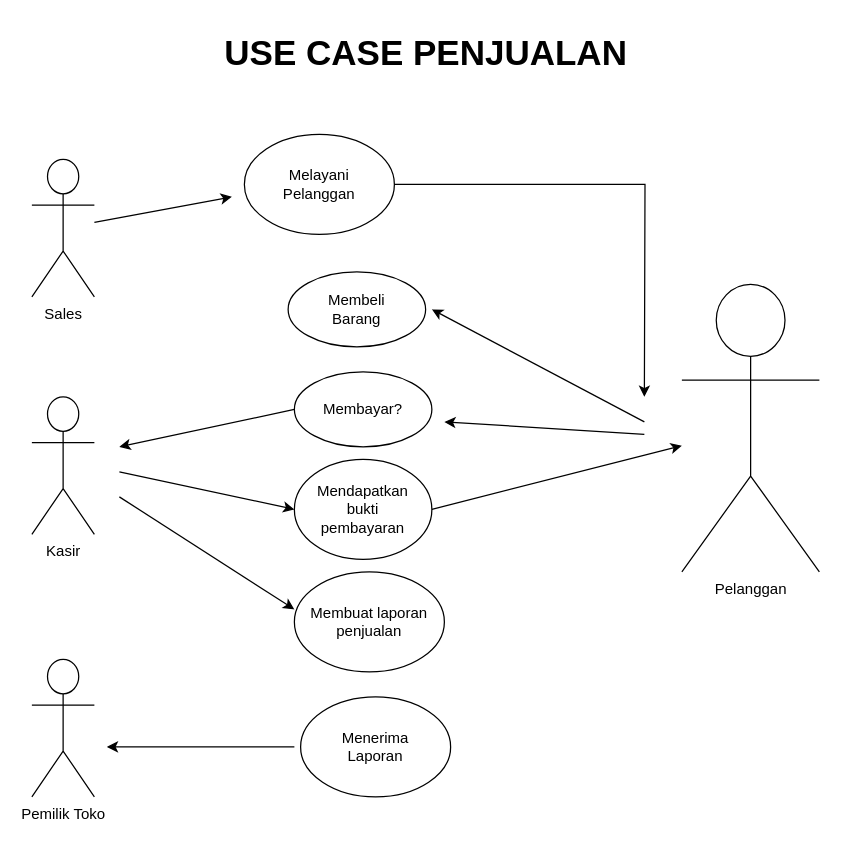
Ardiansyah05/jobsheet1 keeps this draw.io diagram as use-case penjualan online.drawio. Above is the earlier version. Source tidied: cells renumbered, new cells numbered last; positions are measured from the earlier drawing's top-left corner, leaving out a move shared by most shapes. Both pictures are drawn from the tidied source at 125%, with x=0, y=0 at pixel (31, 21).
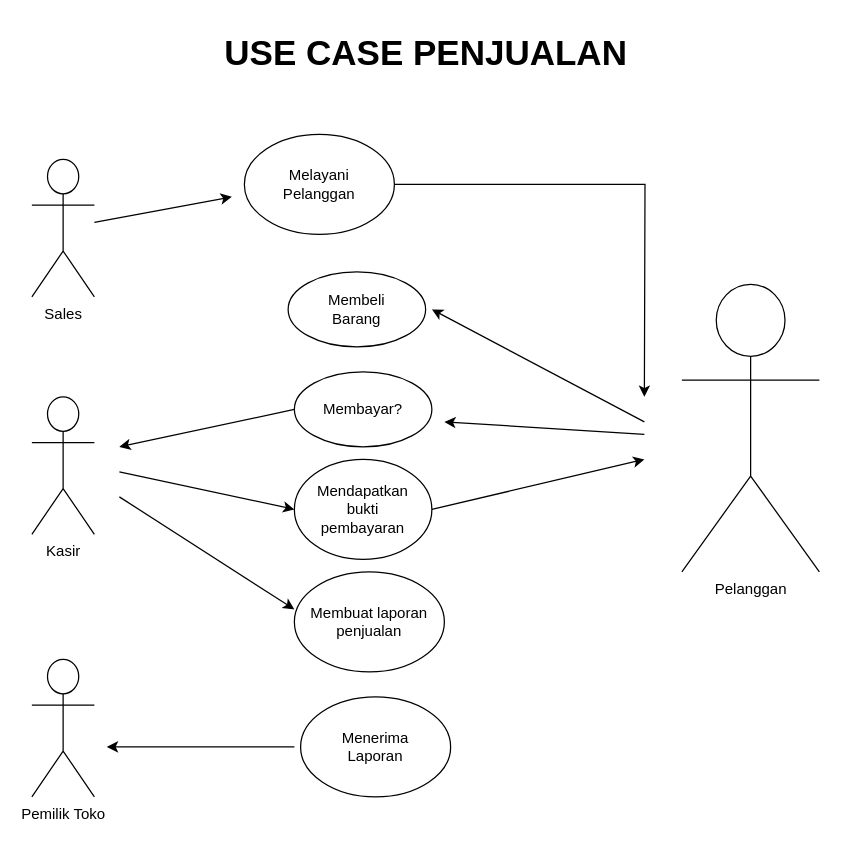
The same page after the edit.

Unchanged cells that the change refers to:
```xml
<mxCell id="8" value="Pelanggan" style="shape=umlActor;verticalLabelPosition=bottom;verticalAlign=top;html=1;outlineConnect=0;" parent="1" vertex="1">
  <mxGeometry x="520" y="210" width="110" height="230" as="geometry" />
</mxCell>
<mxCell id="15" value="Mendapatkan&lt;br&gt;bukti&lt;br&gt;pembayaran" style="ellipse;whiteSpace=wrap;html=1;" parent="1" vertex="1">
  <mxGeometry x="210" y="350" width="110" height="80" as="geometry" />
</mxCell>
```

Diff of the diagram source:
```diff
@@
-    <mxCell id="16" style="endArrow=classic;html=1;rounded=0;exitX=1;exitY=0.5;exitDx=0;exitDy=0;" parent="1" edge="1" source="15" target="8">
-      <mxGeometry relative="1" as="geometry" />
+    <mxCell id="16" style="endArrow=classic;html=1;rounded=0;exitX=1;exitY=0.5;exitDx=0;exitDy=0;" parent="1" edge="1" source="15">
+      <mxGeometry relative="1" as="geometry">
+        <mxPoint x="490" y="350" as="targetPoint" />
+      </mxGeometry>
     </mxCell>
```
